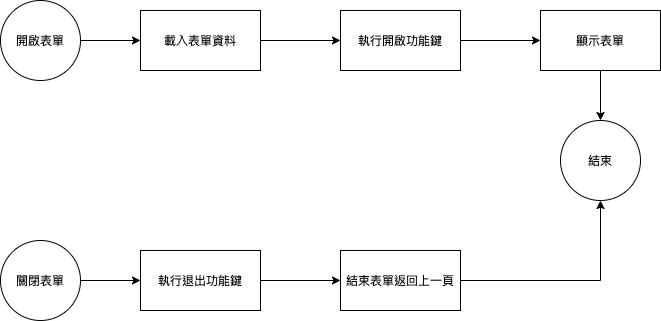
ArcareRD/sadocs keeps this draw.io diagram as 8.10.0/UPDATE/ITEM_13/MAE/image/workflow_system_function.png. Above is the earlier version. Source tidied: cells renumbered, new cells last; positions are measured from the earlier drawing's top-left corner, leaving out a move shared by most shapes.
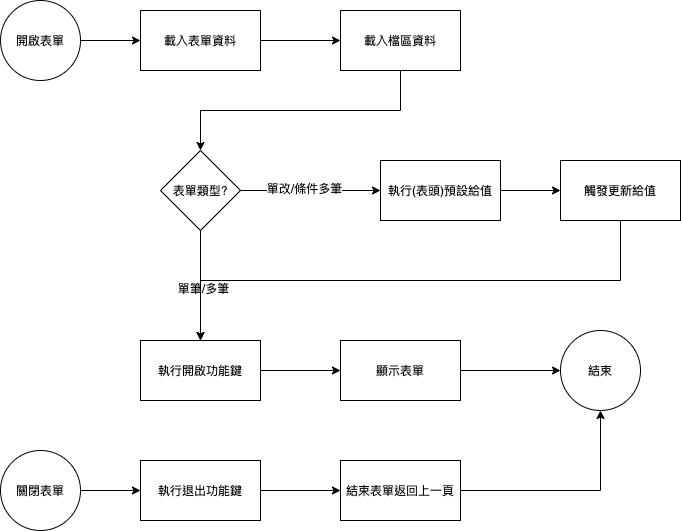
The same diagram one commit later.

Commit message:
修改系統開啟功能鍵流程

What changed in the source:
```diff
@@ -8,9 +8,9 @@
     <mxCell id="3" value="開啟表單" style="ellipse;whiteSpace=wrap;html=1;" parent="1" vertex="1">
       <mxGeometry width="80" height="80" as="geometry" />
     </mxCell>
-    <mxCell id="4" style="edgeStyle=orthogonalEdgeStyle;rounded=0;jettySize=auto;html=1;" parent="1" edge="1" source="5" target="7">
-      <mxGeometry relative="1" as="geometry" />
-    </mxCell>
+    <mxCell id="17" style="edgeStyle=orthogonalEdgeStyle;rounded=0;jettySize=auto;html=1;" parent="1" edge="1" source="5" target="19">
+      <mxGeometry relative="1" as="geometry" />
+    </mxCell>
     <mxCell id="5" value="載入表單資料" style="whiteSpace=wrap;html=1;" parent="1" vertex="1">
       <mxGeometry x="140" y="10" width="120" height="60" as="geometry" />
     </mxCell>
@@ -18,34 +18,77 @@
       <mxGeometry relative="1" as="geometry" />
     </mxCell>
     <mxCell id="7" value="執行開啟功能鍵" style="whiteSpace=wrap;html=1;" parent="1" vertex="1">
-      <mxGeometry x="340" y="10" width="120" height="60" as="geometry" />
+      <mxGeometry x="140" y="340" width="120" height="60" as="geometry" />
     </mxCell>
-    <mxCell id="8" style="edgeStyle=orthogonalEdgeStyle;rounded=0;jettySize=auto;html=1;exitX=0.5;exitY=1;exitDx=0;exitDy=0;" parent="1" edge="1" source="9" target="10">
+    <mxCell id="8" style="edgeStyle=orthogonalEdgeStyle;rounded=0;jettySize=auto;html=1;" parent="1" edge="1" source="9" target="10">
       <mxGeometry relative="1" as="geometry" />
     </mxCell>
     <mxCell id="9" value="顯示表單" style="whiteSpace=wrap;html=1;" parent="1" vertex="1">
-      <mxGeometry x="540" y="10" width="120" height="60" as="geometry" />
+      <mxGeometry x="340" y="340" width="120" height="60" as="geometry" />
     </mxCell>
     <mxCell id="10" value="結束" style="ellipse;whiteSpace=wrap;html=1;" parent="1" vertex="1">
-      <mxGeometry x="560" y="120" width="80" height="80" as="geometry" />
+      <mxGeometry x="560" y="330" width="80" height="80" as="geometry" />
     </mxCell>
     <mxCell id="11" style="edgeStyle=orthogonalEdgeStyle;rounded=0;jettySize=auto;html=1;" parent="1" edge="1" source="12" target="14">
       <mxGeometry relative="1" as="geometry" />
     </mxCell>
     <mxCell id="12" value="關閉表單" style="ellipse;whiteSpace=wrap;html=1;" parent="1" vertex="1">
-      <mxGeometry y="240" width="80" height="80" as="geometry" />
+      <mxGeometry y="450" width="80" height="80" as="geometry" />
     </mxCell>
     <mxCell id="13" style="edgeStyle=orthogonalEdgeStyle;rounded=0;jettySize=auto;html=1;" parent="1" edge="1" source="14" target="16">
       <mxGeometry relative="1" as="geometry" />
     </mxCell>
     <mxCell id="14" value="執行退出功能鍵" style="whiteSpace=wrap;html=1;" parent="1" vertex="1">
-      <mxGeometry x="140" y="250" width="120" height="60" as="geometry" />
+      <mxGeometry x="140" y="460" width="120" height="60" as="geometry" />
     </mxCell>
     <mxCell id="15" style="edgeStyle=orthogonalEdgeStyle;rounded=0;jettySize=auto;html=1;exitX=1;exitY=0.5;exitDx=0;exitDy=0;" parent="1" edge="1" source="16" target="10">
       <mxGeometry relative="1" as="geometry" />
     </mxCell>
     <mxCell id="16" value="結束表單返回上一頁" style="whiteSpace=wrap;html=1;" parent="1" vertex="1">
-      <mxGeometry x="340" y="250" width="120" height="60" as="geometry" />
+      <mxGeometry x="340" y="460" width="120" height="60" as="geometry" />
     </mxCell>
+    <mxCell id="18" style="edgeStyle=orthogonalEdgeStyle;rounded=0;jettySize=auto;html=1;" parent="1" edge="1" source="19" target="24">
+      <mxGeometry relative="1" as="geometry">
+        <Array as="points">
+          <mxPoint x="400" y="110" />
+          <mxPoint x="200" y="110" />
+        </Array>
+      </mxGeometry>
+    </mxCell>
+    <mxCell id="19" value="載入檔區資料" style="whiteSpace=wrap;html=1;" parent="1" vertex="1">
+      <mxGeometry x="340" y="10" width="120" height="60" as="geometry" />
+    </mxCell>
+    <mxCell id="20" style="edgeStyle=orthogonalEdgeStyle;rounded=0;jettySize=auto;html=1;" parent="1" edge="1" source="24" target="26">
+      <mxGeometry relative="1" as="geometry">
+        <Array as="points">
+          <mxPoint x="470" y="190" />
+          <mxPoint x="470" y="190" />
+        </Array>
+      </mxGeometry>
+    </mxCell>
+    <mxCell id="21" value="單改/條件多筆" style="edgeLabel;html=1;align=center;verticalAlign=middle;" parent="20" vertex="1">
+      <mxGeometry x="-0.1" y="3" relative="1" as="geometry" />
+    </mxCell>
+    <mxCell id="22" style="edgeStyle=orthogonalEdgeStyle;rounded=0;jettySize=auto;html=1;" parent="1" edge="1" source="24" target="7">
+      <mxGeometry relative="1" as="geometry" />
+    </mxCell>
+    <mxCell id="23" value="單筆/多筆" style="edgeLabel;html=1;align=center;verticalAlign=middle;" parent="22" vertex="1">
+      <mxGeometry x="0.04" y="2" relative="1" as="geometry" />
+    </mxCell>
+    <mxCell id="24" value="表單類型?" style="rhombus;whiteSpace=wrap;html=1;" parent="1" vertex="1">
+      <mxGeometry x="160" y="150" width="80" height="80" as="geometry" />
+    </mxCell>
+    <mxCell id="25" style="edgeStyle=orthogonalEdgeStyle;rounded=0;jettySize=auto;html=1;" parent="1" edge="1" source="26" target="28">
+      <mxGeometry relative="1" as="geometry" />
+    </mxCell>
+    <mxCell id="26" value="執行(表頭)預設給值" style="whiteSpace=wrap;html=1;" parent="1" vertex="1">
+      <mxGeometry x="380" y="160" width="120" height="60" as="geometry" />
+    </mxCell>
+    <mxCell id="27" style="edgeStyle=orthogonalEdgeStyle;rounded=0;jettySize=auto;html=1;exitX=0.5;exitY=1;exitDx=0;exitDy=0;" parent="1" edge="1" source="28" target="7">
+      <mxGeometry relative="1" as="geometry" />
+    </mxCell>
+    <mxCell id="28" value="觸發更新給值" style="whiteSpace=wrap;html=1;" parent="1" vertex="1">
+      <mxGeometry x="560" y="160" width="120" height="60" as="geometry" />
+    </mxCell>
   </root>
 </mxGraphModel>
```
